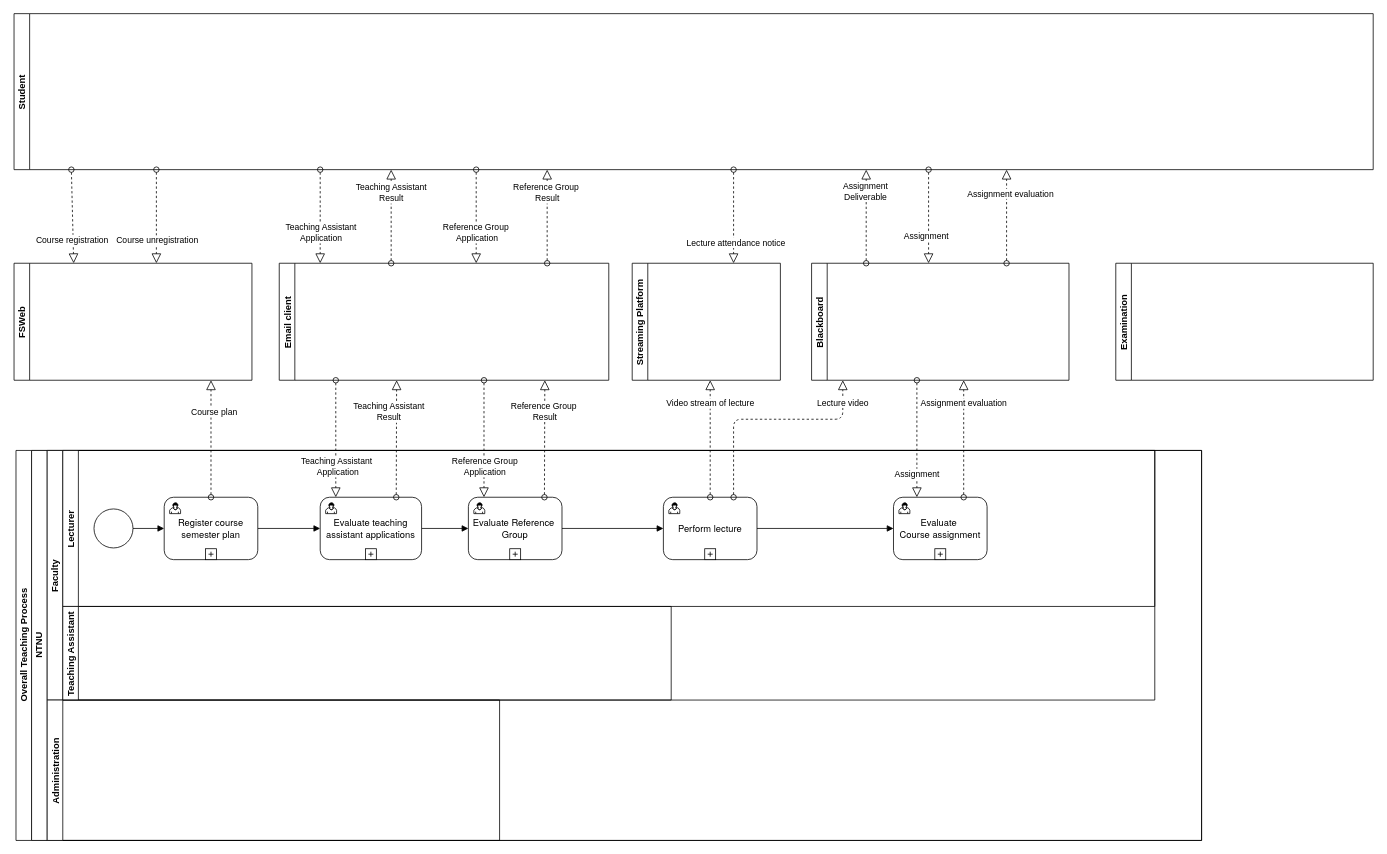
Earlier version of the draw.io diagram overall_teaching_process.drawio (gullskatten/BPMN-models). Source tidied: cells renumbered, new cells numbered last; positions are measured from the earlier drawing's top-left corner, leaving out a move shared by most shapes. Both pictures are drawn from the tidied source at 78%, with x=0, y=0 at pixel (14, 13).
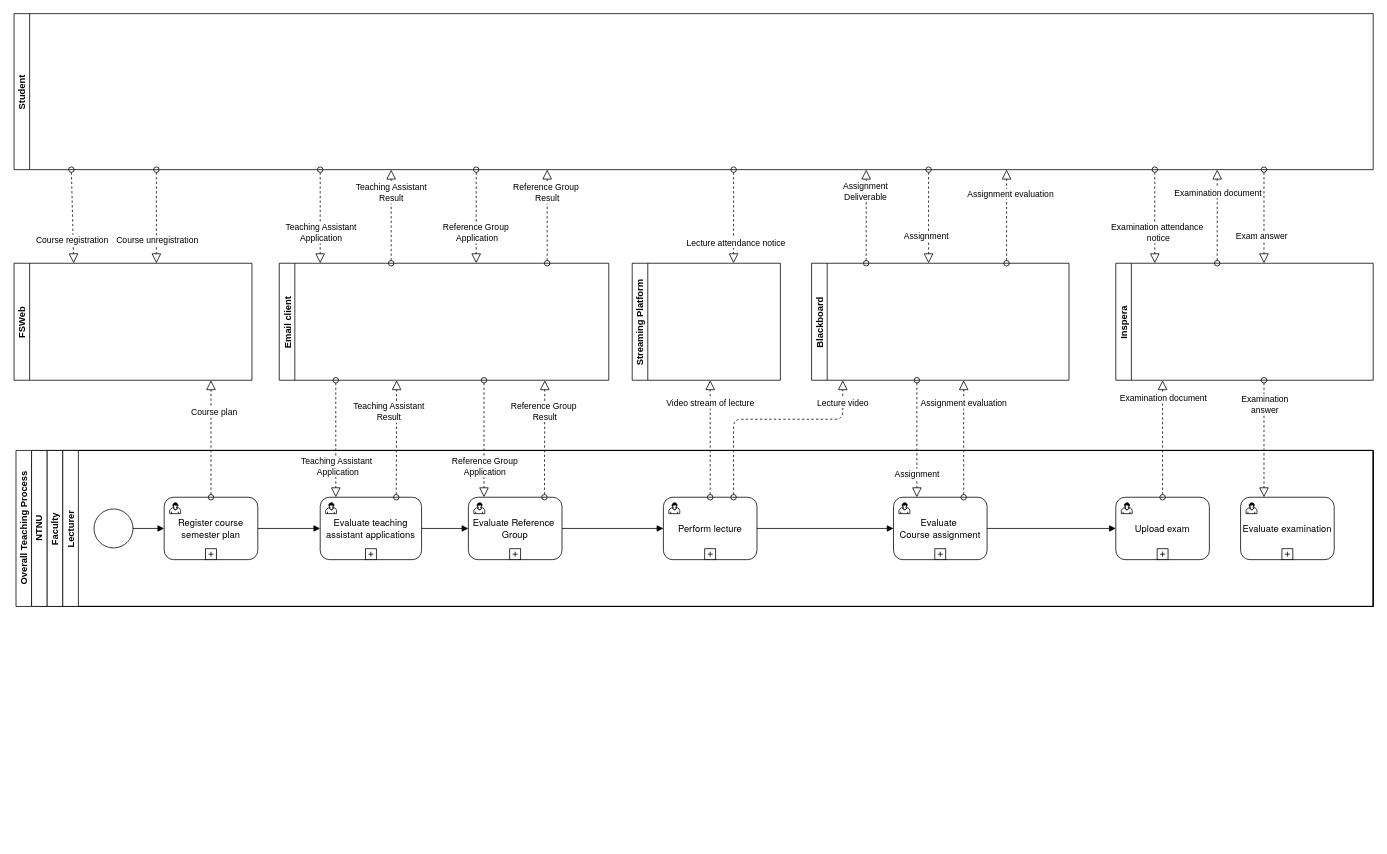
After the change.

Unchanged cells that the change refers to:
```xml
<mxCell id="24" value="&lt;span style=&quot;font-family: &amp;#34;helvetica neue&amp;#34;&quot;&gt;Evaluate&amp;nbsp;&lt;br&gt;Course assignment&lt;br&gt;&lt;/span&gt;" style="html=1;whiteSpace=wrap;rounded=1;" parent="5" vertex="1">
  <mxGeometry x="1065" y="60" width="120" height="80" as="geometry" />
</mxCell>
```

What changed in the source:
```diff
@@
     <mxCell id="2" value="Overall Teaching Process" style="swimlane;html=1;horizontal=0;startSize=20;" parent="1" vertex="1">
-      <mxGeometry x="2" y="560" width="1520" height="500" as="geometry" />
+      <mxGeometry x="2" y="560" width="1740" height="200" as="geometry" />
     </mxCell>
     <mxCell id="3" value="NTNU" style="swimlane;html=1;startSize=20;horizontal=0;" parent="2" vertex="1">
-      <mxGeometry x="20" width="1500" height="500" as="geometry" />
+      <mxGeometry x="20" width="1720" height="200" as="geometry" />
     </mxCell>
     <mxCell id="4" value="Faculty" style="swimlane;startSize=20;horizontal=0;" parent="3" vertex="1">
-      <mxGeometry x="20" width="1420" height="320" as="geometry" />
+      <mxGeometry x="20" width="1700" height="200" as="geometry" />
     </mxCell>
     <mxCell id="5" value="Lecturer" style="swimlane;startSize=20;horizontal=0;" parent="4" vertex="1">
-      <mxGeometry x="20" width="1400" height="200" as="geometry" />
+      <mxGeometry x="20" width="1680" height="200" as="geometry" />
     </mxCell>
@@
+    <mxCell id="65" value="&lt;span style=&quot;font-family: &amp;#34;helvetica neue&amp;#34;&quot;&gt;Evaluate examination&lt;br&gt;&lt;/span&gt;" style="html=1;whiteSpace=wrap;rounded=1;" parent="5" vertex="1">
+      <mxGeometry x="1510" y="60" width="120" height="80" as="geometry" />
+    </mxCell>
+    <mxCell id="66" style="html=1;shape=mxgraph.bpmn.user_task;" parent="65" vertex="1">
+      <mxGeometry width="14" height="14" relative="1" as="geometry">
+        <mxPoint x="7" y="7" as="offset" />
+      </mxGeometry>
+    </mxCell>
+    <mxCell id="67" style="html=1;shape=plus;" parent="65" vertex="1">
+      <mxGeometry x="0.5" y="1" width="14" height="14" relative="1" as="geometry">
+        <mxPoint x="-7" y="-14" as="offset" />
+      </mxGeometry>
+    </mxCell>
+    <mxCell id="68" value="&lt;span style=&quot;font-family: &amp;#34;helvetica neue&amp;#34;&quot;&gt;Upload exam&lt;br&gt;&lt;/span&gt;" style="html=1;whiteSpace=wrap;rounded=1;" parent="5" vertex="1">
+      <mxGeometry x="1350" y="60" width="120" height="80" as="geometry" />
+    </mxCell>
+    <mxCell id="69" style="html=1;shape=mxgraph.bpmn.user_task;" parent="68" vertex="1">
+      <mxGeometry width="14" height="14" relative="1" as="geometry">
+        <mxPoint x="7" y="7" as="offset" />
+      </mxGeometry>
+    </mxCell>
+    <mxCell id="70" style="html=1;shape=plus;" parent="68" vertex="1">
+      <mxGeometry x="0.5" y="1" width="14" height="14" relative="1" as="geometry">
+        <mxPoint x="-7" y="-14" as="offset" />
+      </mxGeometry>
+    </mxCell>
@@
+    <mxCell id="71" style="edgeStyle=orthogonalEdgeStyle;rounded=0;jettySize=auto;html=1;entryX=0;entryY=0.5;entryDx=0;entryDy=0;endArrow=block;endFill=1;" parent="5" edge="1" source="24" target="68">
+      <mxGeometry relative="1" as="geometry" />
+    </mxCell>
@@
-    <mxCell id="27" value="Teaching Assistant" style="swimlane;startSize=20;horizontal=0;" parent="4" vertex="1">
-      <mxGeometry x="20" y="200" width="780" height="120" as="geometry" />
-    </mxCell>
-    <mxCell id="28" value="Administration" style="swimlane;startSize=20;horizontal=0;" parent="3" vertex="1">
-      <mxGeometry x="20" y="320" width="580" height="180" as="geometry" />
-    </mxCell>
@@
-    <mxCell id="64" value="Examination" style="swimlane;startSize=20;horizontal=0;" parent="1" vertex="1">
+    <mxCell id="64" value="Inspera" style="swimlane;startSize=20;horizontal=0;" parent="1" vertex="1">
       <mxGeometry x="1412" y="320" width="330" height="150" as="geometry" />
     </mxCell>
+    <mxCell id="72" style="startArrow=oval;startFill=0;startSize=7;endArrow=block;endFill=0;endSize=10;dashed=1;html=1;exitX=0.5;exitY=0;exitDx=0;exitDy=0;" parent="1" edge="1" source="68">
+      <mxGeometry relative="1" as="geometry">
+        <mxPoint x="1472" y="470" as="targetPoint" />
+      </mxGeometry>
+    </mxCell>
+    <mxCell id="73" value="Examination document" style="edgeLabel;html=1;align=center;verticalAlign=middle;" parent="72" vertex="1">
+      <mxGeometry x="0.71" relative="1" as="geometry" />
+    </mxCell>
+    <mxCell id="74" style="startArrow=oval;startFill=0;startSize=7;endArrow=block;endFill=0;endSize=10;dashed=1;html=1;entryX=0.25;entryY=0;entryDx=0;entryDy=0;" parent="1" edge="1" target="65">
+      <mxGeometry relative="1" as="geometry">
+        <mxPoint x="1602" y="470" as="sourcePoint" />
+      </mxGeometry>
+    </mxCell>
+    <mxCell id="75" value="Examination&lt;br&gt;answer" style="edgeLabel;html=1;align=center;verticalAlign=middle;" parent="74" vertex="1">
+      <mxGeometry x="-0.75" relative="1" as="geometry">
+        <mxPoint y="11" as="offset" />
+      </mxGeometry>
+    </mxCell>
+    <mxCell id="76" style="startArrow=oval;startFill=0;startSize=7;endArrow=block;endFill=0;endSize=10;dashed=1;html=1;" parent="1" edge="1">
+      <mxGeometry relative="1" as="geometry">
+        <mxPoint x="1462" y="200" as="sourcePoint" />
+        <mxPoint x="1462" y="320" as="targetPoint" />
+      </mxGeometry>
+    </mxCell>
+    <mxCell id="77" value="Examination attendance&lt;br&gt;&amp;nbsp;notice" style="edgeLabel;html=1;align=center;verticalAlign=middle;" parent="76" vertex="1">
+      <mxGeometry x="0.55" y="2" relative="1" as="geometry">
+        <mxPoint y="-13" as="offset" />
+      </mxGeometry>
+    </mxCell>
+    <mxCell id="78" style="startArrow=oval;startFill=0;startSize=7;endArrow=block;endFill=0;endSize=10;dashed=1;html=1;" parent="1" edge="1">
+      <mxGeometry relative="1" as="geometry">
+        <mxPoint x="1542" y="320" as="sourcePoint" />
+        <mxPoint x="1542" y="200" as="targetPoint" />
+      </mxGeometry>
+    </mxCell>
+    <mxCell id="79" value="Examination document" style="edgeLabel;html=1;align=center;verticalAlign=middle;" parent="78" vertex="1">
+      <mxGeometry x="0.71" relative="1" as="geometry">
+        <mxPoint y="12" as="offset" />
+      </mxGeometry>
+    </mxCell>
+    <mxCell id="80" style="startArrow=oval;startFill=0;startSize=7;endArrow=block;endFill=0;endSize=10;dashed=1;html=1;" parent="1" edge="1">
+      <mxGeometry relative="1" as="geometry">
+        <mxPoint x="1602" y="200" as="sourcePoint" />
+        <mxPoint x="1602" y="320" as="targetPoint" />
+      </mxGeometry>
+    </mxCell>
+    <mxCell id="81" value="Exam answer" style="edgeLabel;html=1;align=center;verticalAlign=middle;" parent="80" vertex="1">
+      <mxGeometry x="0.42" y="-4" relative="1" as="geometry" />
+    </mxCell>
```
